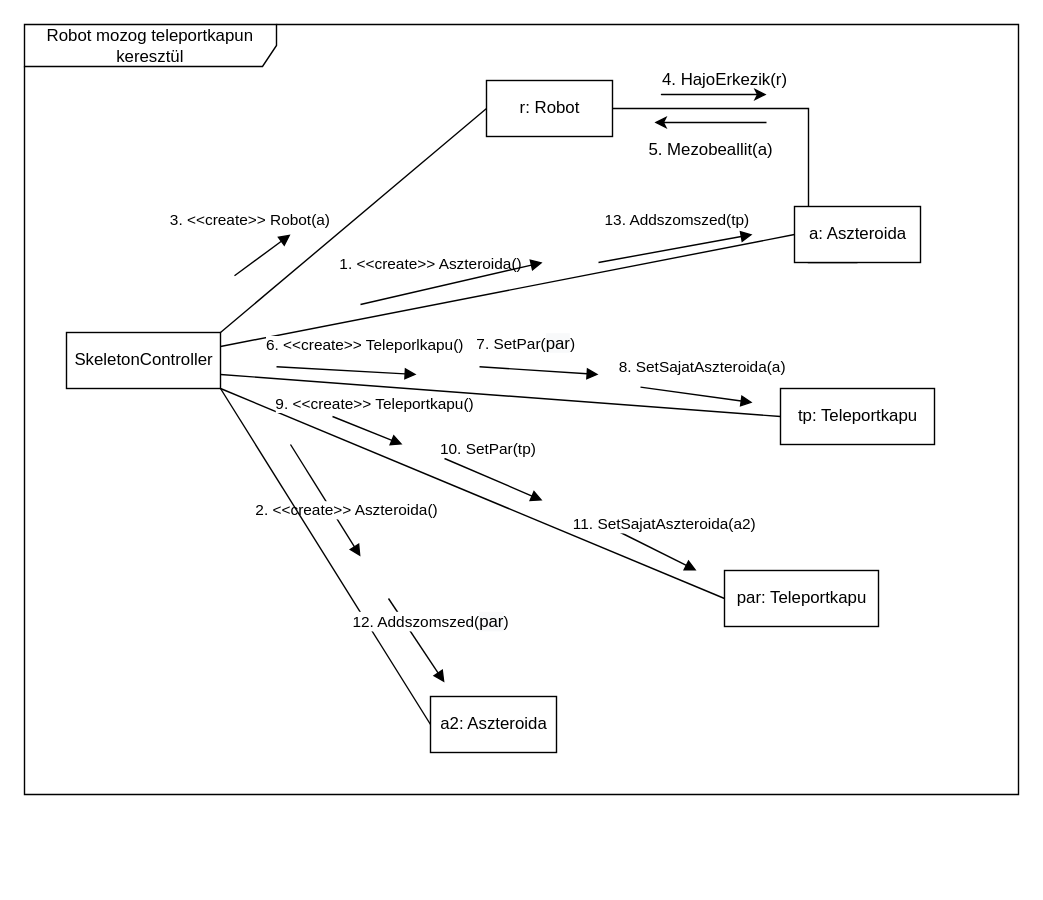
Above: page "RobotTPMozgas" (2 of 3) of doc/kommunikacio/TeleportMozgas.drawio in torpeBoiGo/aszteroidabanyaszat (draw.io), before the change. Source tidied: cells renumbered, new cells numbered last; positions are measured from the earlier drawing's top-left corner, leaving out a move shared by most shapes. Both pictures are drawn from the tidied source at 140%, with x=0, y=0 at pixel (24, 24).
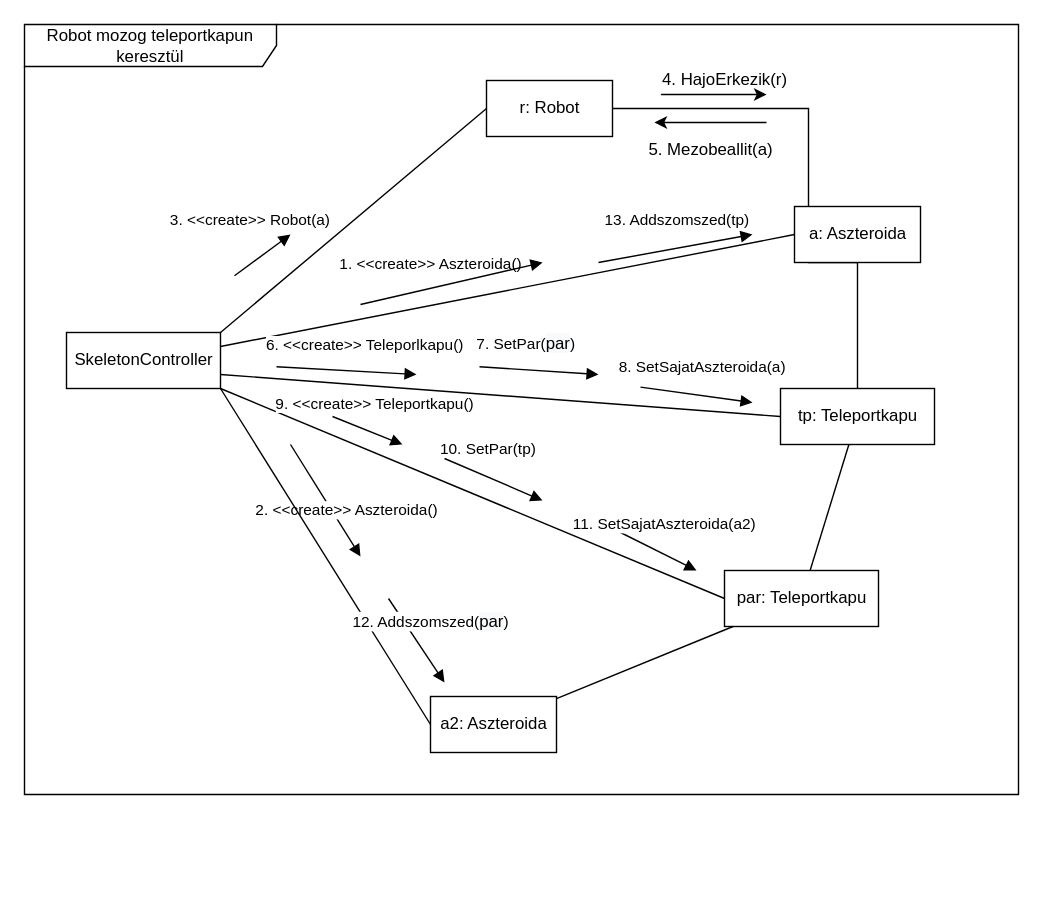
Above is the later version.

Unchanged cells that the change refers to:
```xml
<mxCell id="5" value="a: Aszteroida" style="html=1;" parent="1" vertex="1">
  <mxGeometry x="550" y="130" width="90" height="40" as="geometry" />
</mxCell>
<mxCell id="6" value="tp: Teleportkapu" style="html=1;" parent="1" vertex="1">
  <mxGeometry x="540" y="260" width="110" height="40" as="geometry" />
</mxCell>
<mxCell id="12" value="a2: Aszteroida" style="html=1;" parent="1" vertex="1">
  <mxGeometry x="290" y="480" width="90" height="40" as="geometry" />
</mxCell>
<mxCell id="15" value="par: Teleportkapu" style="html=1;" parent="1" vertex="1">
  <mxGeometry x="500" y="390" width="110" height="40" as="geometry" />
</mxCell>
```

The edit, as a diff of the source:
```diff
@@
+    <mxCell id="32" style="endArrow=none;html=1;" parent="1" edge="1" source="6" target="5">
+      <mxGeometry relative="1" as="geometry" />
+    </mxCell>
+    <mxCell id="33" style="endArrow=none;html=1;" parent="1" edge="1" source="12" target="15">
+      <mxGeometry relative="1" as="geometry" />
+    </mxCell>
+    <mxCell id="34" style="endArrow=none;html=1;" parent="1" edge="1" source="15" target="6">
+      <mxGeometry relative="1" as="geometry" />
+    </mxCell>
```
